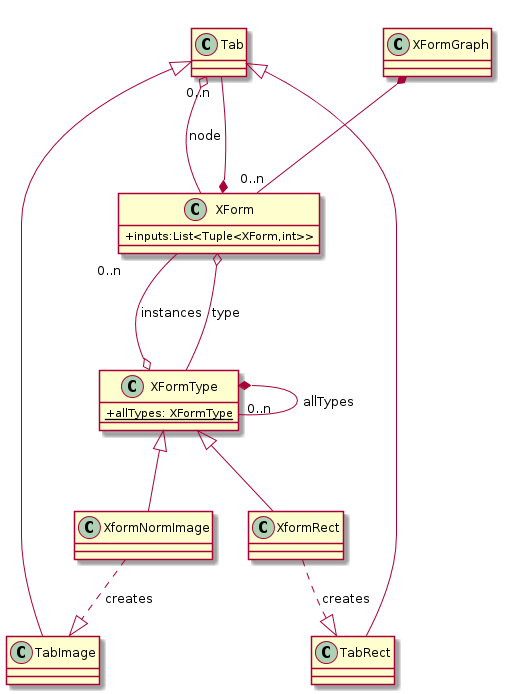
Above: docs/xform.png in AU-ExoMars/PCOT (PlantUML), before the change. Source of this version:
```plantuml
@startuml
skinparam classAttributeIconSize 0

class XForm {
    +inputs:List<Tuple<XForm,int>>
}

class XFormType {
    +{static} allTypes: XFormType
}

XFormType *-- "0..n" XFormType : allTypes

XFormGraph *-- "0..n" XForm

XFormType o-- "0..n" XForm : instances

XForm o-- XFormType : type

XformNormImage -up-|> XFormType
XformRect -up-|> XFormType

XformRect ..|> TabRect: creates
XformNormImage ..|> TabImage: creates

TabImage -up-|> Tab
TabRect -up-|> Tab


Tab o-- XForm:node

XForm *-- "0..n" Tab


@enduml
```
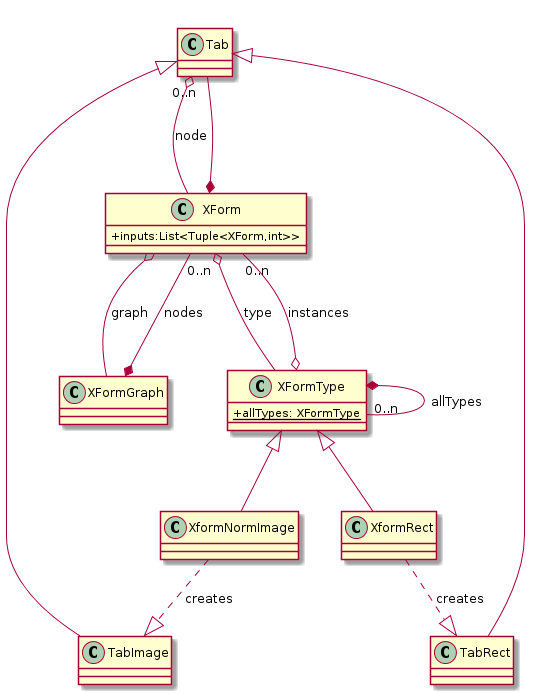
The same diagram one commit later.

Commit message:
adding a couple of things to class diag

Diff of the diagram source:
```diff
@@ -11,11 +11,12 @@
 
 XFormType *-- "0..n" XFormType : allTypes
 
-XFormGraph *-- "0..n" XForm
+XFormGraph *-- "0..n" XForm : nodes
 
 XFormType o-- "0..n" XForm : instances
 
 XForm o-- XFormType : type
+XForm o-- XFormGraph : graph
 
 XformNormImage -up-|> XFormType
 XformRect -up-|> XFormType
```
